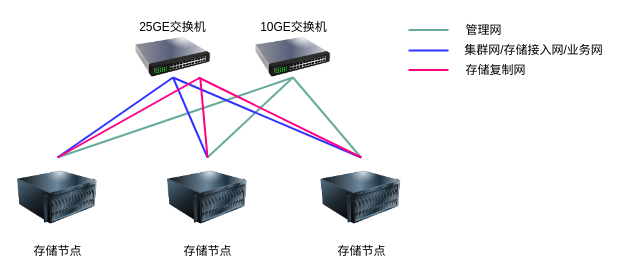
The draw.io diagram 网络拓扑.drawio in luqitao/drawio_files, before the edit. Source tidied: cells renumbered, new cells numbered last; positions are measured from the earlier drawing's top-left corner, leaving out a move shared by most shapes. Both pictures are drawn from the tidied source at 100%, with x=0, y=0 at pixel (17, 17).
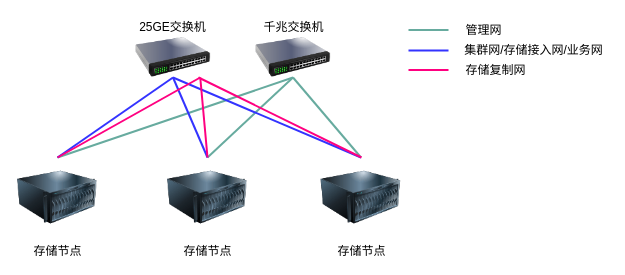
Above is the later version.

What changed in the source:
```diff
@@
-    <mxCell id="23" value="&lt;span style=&quot;background-color: rgb(255 , 255 , 255)&quot;&gt;10GE交换机&lt;/span&gt;" style="text;html=1;align=center;verticalAlign=middle;strokeColor=none;fillColor=none;" parent="1" vertex="1">
+    <mxCell id="23" value="&lt;span style=&quot;background-color: rgb(255 , 255 , 255)&quot;&gt;千兆交换机&lt;/span&gt;" style="text;html=1;align=center;verticalAlign=middle;strokeColor=none;fillColor=none;" parent="1" vertex="1">
       <mxGeometry x="236" width="80" height="20" as="geometry" />
     </mxCell>
```
